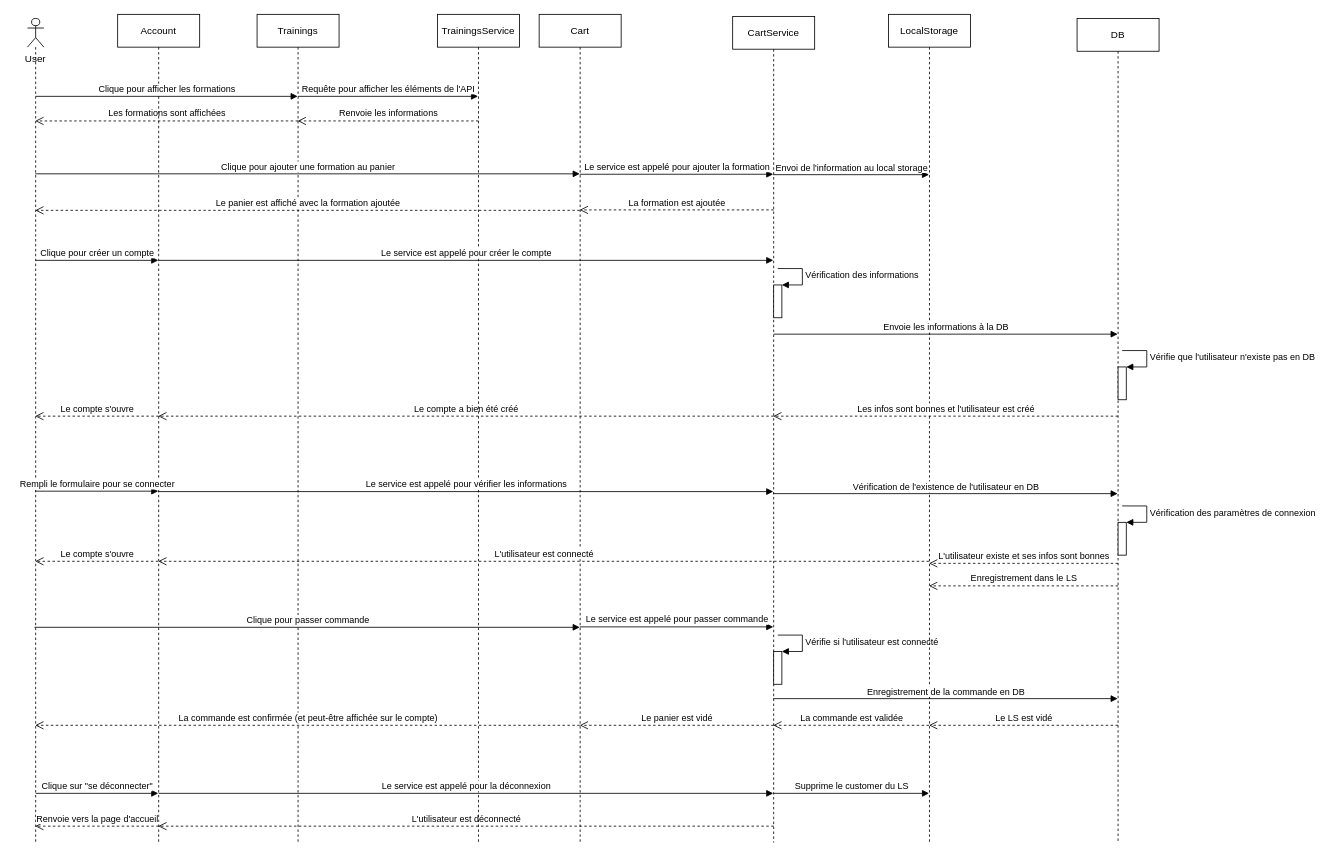
Saralune/AnguShop keeps this draw.io diagram as page "sequence" (2 of 3) of src/UML/diagrammes.drawio. Above is the earlier version. Source tidied: cells renumbered, new cells numbered last; positions are measured from the earlier drawing's top-left corner, leaving out a move shared by most shapes. Both pictures are drawn from the tidied source at 82%, with x=0, y=0 at pixel (27, 14).
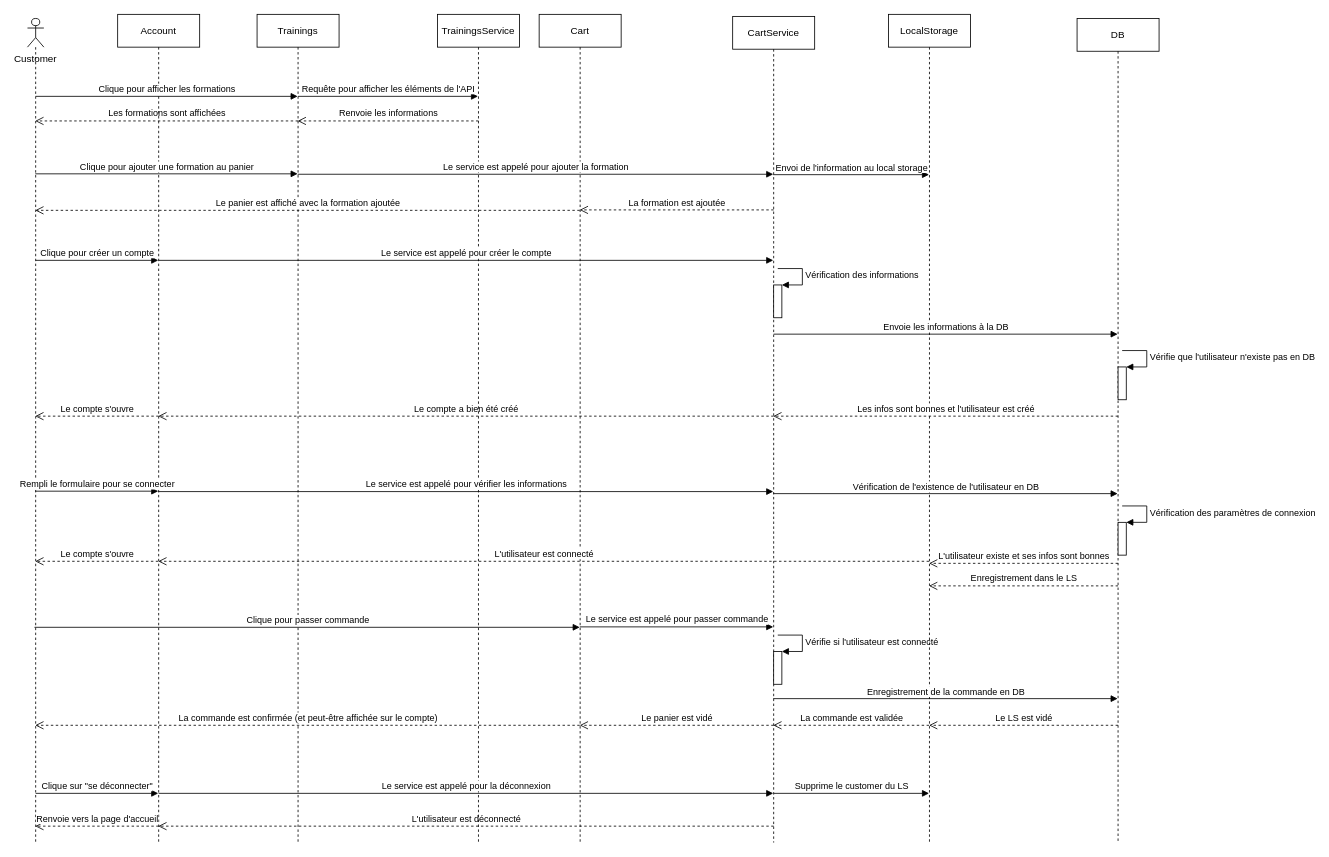
The same page after the edit.

The change refers to these unchanged cells:
```xml
<mxCell id="3" value="Trainings" style="shape=umlLifeline;perimeter=lifelinePerimeter;whiteSpace=wrap;html=1;outlineConnect=0;" parent="1" vertex="1">
  <mxGeometry x="280" width="100" height="1010" as="geometry" />
</mxCell>
<mxCell id="6" value="Cart" style="shape=umlLifeline;perimeter=lifelinePerimeter;whiteSpace=wrap;html=1;outlineConnect=0;" parent="1" vertex="1">
  <mxGeometry x="624" width="100" height="1010" as="geometry" />
</mxCell>
```

Change to the diagram source:
```diff
@@
-    <mxCell id="2" value="User" style="shape=umlLifeline;participant=umlActor;perimeter=lifelinePerimeter;whiteSpace=wrap;html=1;verticalAlign=top;spacingTop=36;outlineConnect=0;size=35;" parent="1" vertex="1">
+    <mxCell id="2" value="Customer" style="shape=umlLifeline;participant=umlActor;perimeter=lifelinePerimeter;whiteSpace=wrap;html=1;verticalAlign=top;spacingTop=36;outlineConnect=0;size=35;" parent="1" vertex="1">
       <mxGeometry y="5" width="20" height="1005" as="geometry" />
     </mxCell>
@@
-    <mxCell id="32" value="Clique pour ajouter une formation au panier" style="html=1;verticalAlign=bottom;endArrow=block;rounded=0;" parent="1" edge="1" target="6">
+    <mxCell id="32" value="Clique pour ajouter une formation au panier" style="html=1;verticalAlign=bottom;endArrow=block;rounded=0;" parent="1" edge="1" target="3">
       <mxGeometry relative="1" as="geometry">
         <mxPoint x="9.5" y="194.5" as="sourcePoint" />
       </mxGeometry>
     </mxCell>
-    <mxCell id="33" value="Le service est appelé pour ajouter la formation" style="html=1;verticalAlign=bottom;endArrow=block;rounded=0;" parent="1" edge="1">
+    <mxCell id="33" value="Le service est appelé pour ajouter la formation" style="html=1;verticalAlign=bottom;endArrow=block;rounded=0;" parent="1" edge="1" source="3">
       <mxGeometry relative="1" as="geometry">
-        <mxPoint x="673.5" y="195" as="sourcePoint" />
         <mxPoint x="909.5" y="195" as="targetPoint" />
       </mxGeometry>
     </mxCell>
```
